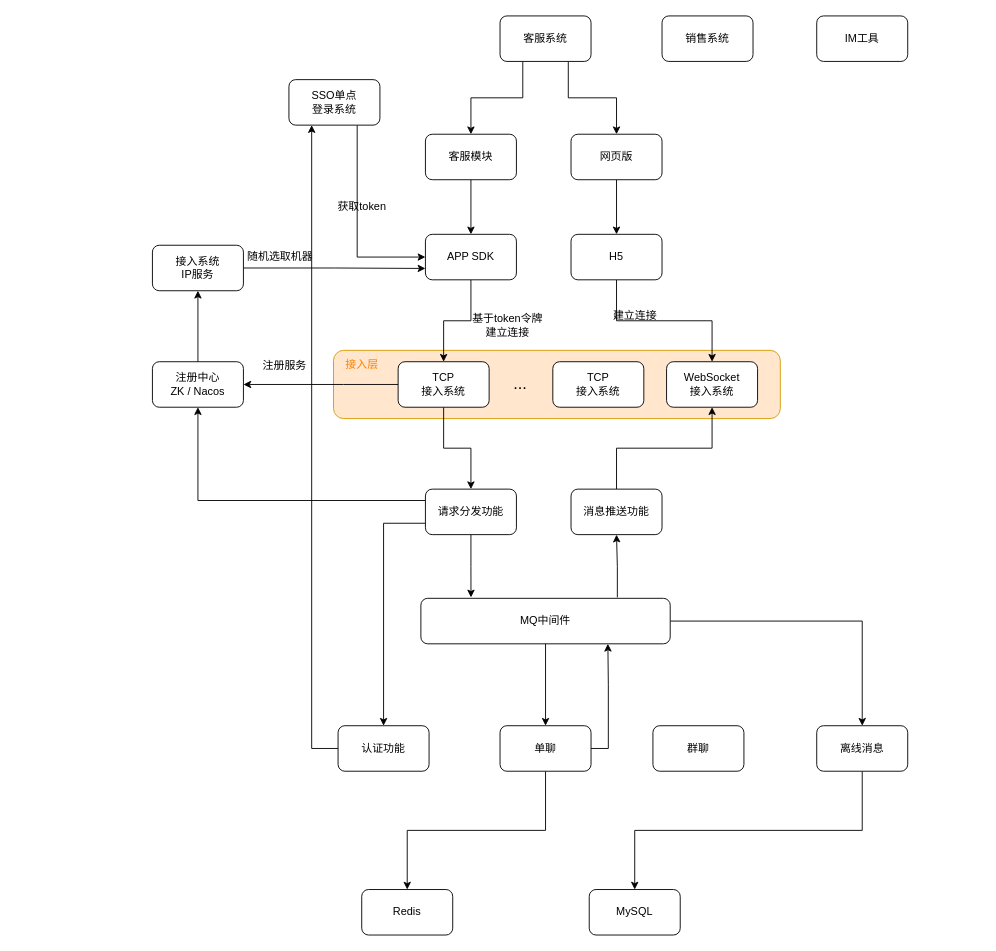
This is docs/flowchart.drawio from linkypi/my-im, a draw.io file, before an edit. Source tidied: cells renumbered, new cells numbered last; positions are measured from the earlier drawing's top-left corner, leaving out a move shared by most shapes. Both pictures are drawn from the tidied source at 91%, with x=0, y=0 at pixel (152, 15).
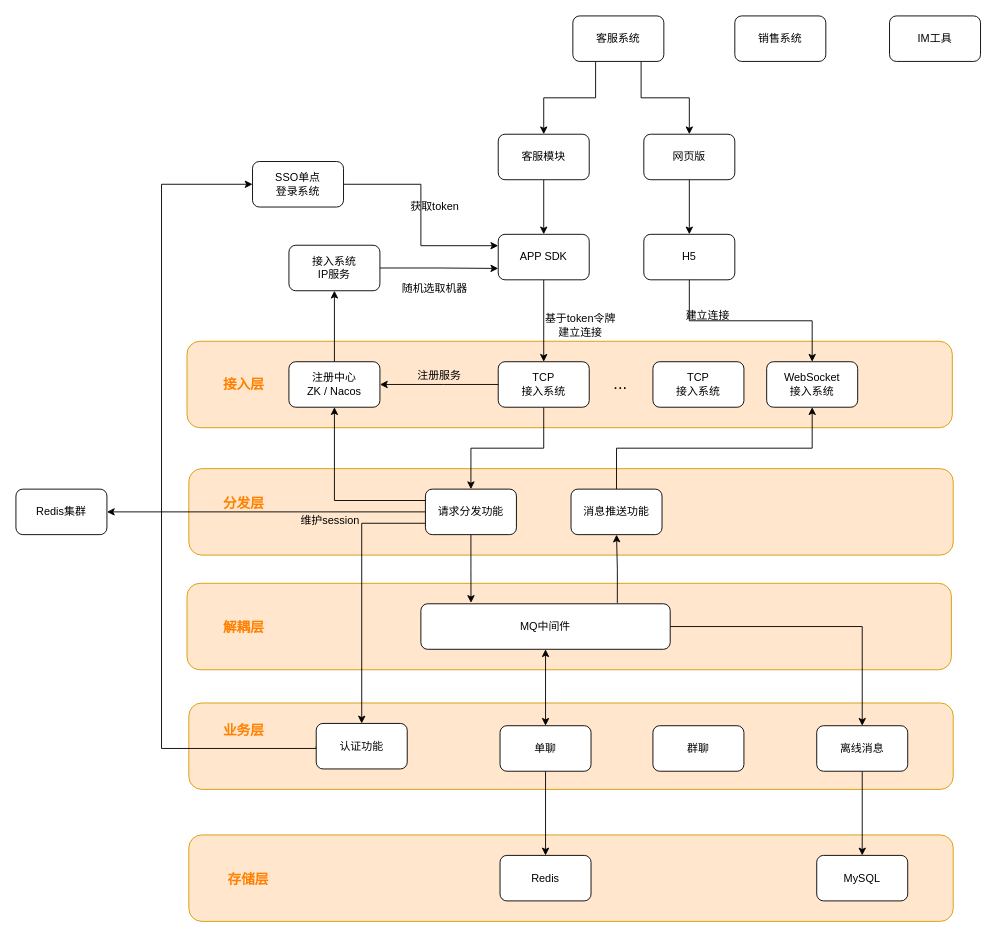
The same diagram, later.

Unchanged cells that the change refers to:
```xml
<mxCell id="10" value="请求分发功能" style="rounded=1;whiteSpace=wrap;html=1;" parent="1" vertex="1">
  <mxGeometry x="300" y="520" width="100" height="50" as="geometry" />
</mxCell>
<mxCell id="25" value="单聊" style="rounded=1;whiteSpace=wrap;html=1;" parent="1" vertex="1">
  <mxGeometry x="382" y="780" width="100" height="50" as="geometry" />
</mxCell>
```

Change to the diagram source:
```diff
@@
+    <mxCell id="54" style="rounded=1;whiteSpace=wrap;html=1;fillColor=#ffe6cc;strokeColor=#d79b00;" parent="1" vertex="1">
+      <mxGeometry x="40" y="497.5" width="840" height="95" as="geometry" />
+    </mxCell>
+    <mxCell id="55" style="rounded=1;whiteSpace=wrap;html=1;fillColor=#ffe6cc;strokeColor=#d79b00;" parent="1" vertex="1">
+      <mxGeometry x="38" y="623.5" width="840" height="95" as="geometry" />
+    </mxCell>
+    <mxCell id="56" style="rounded=1;whiteSpace=wrap;html=1;fillColor=#ffe6cc;strokeColor=#d79b00;" parent="1" vertex="1">
+      <mxGeometry x="40" y="900" width="840" height="95" as="geometry" />
+    </mxCell>
+    <mxCell id="57" style="rounded=1;whiteSpace=wrap;html=1;fillColor=#ffe6cc;strokeColor=#d79b00;" parent="1" vertex="1">
+      <mxGeometry x="40" y="755" width="840" height="95" as="geometry" />
+    </mxCell>
     <mxCell id="2" style="rounded=1;whiteSpace=wrap;html=1;fillColor=#ffe6cc;strokeColor=#d79b00;" parent="1" vertex="1">
-      <mxGeometry x="199" y="367.5" width="491" height="75" as="geometry" />
+      <mxGeometry x="38" y="357.5" width="841" height="95" as="geometry" />
     </mxCell>
@@
     <mxCell id="4" value="TCP&lt;br&gt;接入系统" style="rounded=1;whiteSpace=wrap;html=1;" parent="1" vertex="1">
-      <mxGeometry x="270" y="380" width="100" height="50" as="geometry" />
+      <mxGeometry x="380" y="380" width="100" height="50" as="geometry" />
     </mxCell>
-    <mxCell id="5" value="接入层" style="text;html=1;align=center;verticalAlign=middle;fillColor=none;fontColor=#FF8000;" parent="1" vertex="1">
-      <mxGeometry x="200" y="367.5" width="60" height="30" as="geometry" />
-    </mxCell>
     <mxCell id="6" value="WebSocket&lt;br&gt;接入系统" style="rounded=1;whiteSpace=wrap;html=1;" parent="1" vertex="1">
-      <mxGeometry x="565" y="380" width="100" height="50" as="geometry" />
+      <mxGeometry x="675" y="380" width="100" height="50" as="geometry" />
     </mxCell>
@@
+    <mxCell id="58" style="edgeStyle=orthogonalEdgeStyle;rounded=0;jettySize=auto;html=1;exitX=0;exitY=0.5;exitDx=0;exitDy=0;entryX=1;entryY=0.5;entryDx=0;entryDy=0;" parent="1" edge="1" source="10" target="59">
+      <mxGeometry relative="1" as="geometry" />
+    </mxCell>
@@
-    <mxCell id="14" style="edgeStyle=orthogonalEdgeStyle;rounded=0;jettySize=auto;html=1;exitX=0.5;exitY=1;exitDx=0;exitDy=0;entryX=0.5;entryY=0;entryDx=0;entryDy=0;" parent="1" edge="1" source="16" target="25">
+    <mxCell id="14" style="edgeStyle=orthogonalEdgeStyle;rounded=0;jettySize=auto;html=1;exitX=0.5;exitY=1;exitDx=0;exitDy=0;entryX=0.5;entryY=0;entryDx=0;entryDy=0;startArrow=classic;startFill=1;" parent="1" edge="1" source="16" target="25">
       <mxGeometry relative="1" as="geometry" />
     </mxCell>
@@
     <mxCell id="16" value="MQ中间件" style="rounded=1;whiteSpace=wrap;html=1;" parent="1" vertex="1">
-      <mxGeometry x="295" y="640" width="274" height="50" as="geometry" />
+      <mxGeometry x="295" y="646" width="274" height="50" as="geometry" />
     </mxCell>
@@
     <mxCell id="18" value="APP SDK" style="rounded=1;whiteSpace=wrap;html=1;" parent="1" vertex="1">
-      <mxGeometry x="300" y="240" width="100" height="50" as="geometry" />
+      <mxGeometry x="380" y="240" width="100" height="50" as="geometry" />
     </mxCell>
@@
     <mxCell id="20" value="H5" style="rounded=1;whiteSpace=wrap;html=1;" parent="1" vertex="1">
-      <mxGeometry x="460" y="240" width="100" height="50" as="geometry" />
+      <mxGeometry x="540" y="240" width="100" height="50" as="geometry" />
     </mxCell>
     <mxCell id="21" value="基于token令牌&lt;br&gt;建立连接" style="text;html=1;align=center;verticalAlign=middle;strokeColor=none;fillColor=none;" parent="1" vertex="1">
-      <mxGeometry x="340" y="320" width="100" height="40" as="geometry" />
+      <mxGeometry x="420" y="320" width="100" height="40" as="geometry" />
     </mxCell>
     <mxCell id="22" value="建立连接" style="text;html=1;align=center;verticalAlign=middle;strokeColor=none;fillColor=none;" parent="1" vertex="1">
-      <mxGeometry x="495" y="315" width="70" height="30" as="geometry" />
+      <mxGeometry x="575" y="315" width="70" height="30" as="geometry" />
     </mxCell>
-    <mxCell id="23" style="edgeStyle=orthogonalEdgeStyle;rounded=0;jettySize=auto;html=1;exitX=1;exitY=0.5;exitDx=0;exitDy=0;entryX=0.75;entryY=1;entryDx=0;entryDy=0;" parent="1" edge="1" source="25" target="16">
-      <mxGeometry relative="1" as="geometry">
-        <Array as="points">
-          <mxPoint x="501" y="805" />
-          <mxPoint x="501" y="735" />
-        </Array>
-      </mxGeometry>
-    </mxCell>
@@
-    <mxCell id="29" style="edgeStyle=orthogonalEdgeStyle;rounded=0;jettySize=auto;html=1;exitX=0;exitY=0.5;exitDx=0;exitDy=0;entryX=0.25;entryY=1;entryDx=0;entryDy=0;" parent="1" edge="1" source="30" target="38">
-      <mxGeometry relative="1" as="geometry" />
+    <mxCell id="29" style="edgeStyle=orthogonalEdgeStyle;rounded=0;jettySize=auto;html=1;exitX=0;exitY=0.5;exitDx=0;exitDy=0;entryX=0;entryY=0.5;entryDx=0;entryDy=0;" parent="1" edge="1" source="30" target="38">
+      <mxGeometry relative="1" as="geometry">
+        <Array as="points">
+          <mxPoint x="10" y="805" />
+          <mxPoint x="10" y="185" />
+        </Array>
+      </mxGeometry>
     </mxCell>
     <mxCell id="30" value="认证功能" style="rounded=1;whiteSpace=wrap;html=1;" parent="1" vertex="1">
-      <mxGeometry x="204" y="780" width="100" height="50" as="geometry" />
+      <mxGeometry x="180" y="777.5" width="100" height="50" as="geometry" />
     </mxCell>
     <mxCell id="31" value="Redis" style="rounded=1;whiteSpace=wrap;html=1;" parent="1" vertex="1">
-      <mxGeometry x="230" y="960" width="100" height="50" as="geometry" />
+      <mxGeometry x="382" y="922.5" width="100" height="50" as="geometry" />
     </mxCell>
     <mxCell id="32" value="MySQL" style="rounded=1;whiteSpace=wrap;html=1;" parent="1" vertex="1">
-      <mxGeometry x="480" y="960" width="100" height="50" as="geometry" />
+      <mxGeometry x="730" y="922.5" width="100" height="50" as="geometry" />
     </mxCell>
@@
     <mxCell id="34" value="客服模块" style="rounded=1;whiteSpace=wrap;html=1;" parent="1" vertex="1">
-      <mxGeometry x="300" y="130" width="100" height="50" as="geometry" />
+      <mxGeometry x="380" y="130" width="100" height="50" as="geometry" />
     </mxCell>
@@
     <mxCell id="36" value="网页版" style="rounded=1;whiteSpace=wrap;html=1;" parent="1" vertex="1">
-      <mxGeometry x="460" y="130" width="100" height="50" as="geometry" />
+      <mxGeometry x="540" y="130" width="100" height="50" as="geometry" />
     </mxCell>
-    <mxCell id="37" style="edgeStyle=orthogonalEdgeStyle;rounded=0;jettySize=auto;html=1;exitX=0.75;exitY=1;exitDx=0;exitDy=0;entryX=0;entryY=0.5;entryDx=0;entryDy=0;" parent="1" edge="1" source="38" target="18">
+    <mxCell id="37" style="edgeStyle=orthogonalEdgeStyle;rounded=0;jettySize=auto;html=1;exitX=1;exitY=0.5;exitDx=0;exitDy=0;entryX=0;entryY=0.25;entryDx=0;entryDy=0;" parent="1" edge="1" source="38" target="18">
       <mxGeometry relative="1" as="geometry" />
     </mxCell>
     <mxCell id="38" value="SSO单点&lt;br&gt;登录系统" style="rounded=1;whiteSpace=wrap;html=1;" parent="1" vertex="1">
-      <mxGeometry x="150" y="70" width="100" height="50" as="geometry" />
+      <mxGeometry x="110" y="160" width="100" height="50" as="geometry" />
     </mxCell>
     <mxCell id="39" value="获取token" style="text;html=1;align=center;verticalAlign=middle;strokeColor=none;fillColor=none;" parent="1" vertex="1">
-      <mxGeometry x="190" y="195" width="80" height="30" as="geometry" />
+      <mxGeometry x="270" y="195" width="80" height="30" as="geometry" />
     </mxCell>
@@
     <mxCell id="42" value="客服系统" style="rounded=1;whiteSpace=wrap;html=1;" parent="1" vertex="1">
-      <mxGeometry x="382" width="100" height="50" as="geometry" />
+      <mxGeometry x="462" width="100" height="50" as="geometry" />
     </mxCell>
     <mxCell id="43" value="销售系统" style="rounded=1;whiteSpace=wrap;html=1;" parent="1" vertex="1">
-      <mxGeometry x="560" width="100" height="50" as="geometry" />
+      <mxGeometry x="640" width="100" height="50" as="geometry" />
     </mxCell>
     <mxCell id="44" value="IM工具" style="rounded=1;whiteSpace=wrap;html=1;" parent="1" vertex="1">
-      <mxGeometry x="730" width="100" height="50" as="geometry" />
+      <mxGeometry x="810" width="100" height="50" as="geometry" />
     </mxCell>
@@
     <mxCell id="46" value="接入系统&lt;br&gt;IP服务" style="rounded=1;whiteSpace=wrap;html=1;" parent="1" vertex="1">
-      <mxGeometry y="252" width="100" height="50" as="geometry" />
+      <mxGeometry x="150" y="252" width="100" height="50" as="geometry" />
     </mxCell>
@@
     <mxCell id="48" value="注册中心&lt;br&gt;ZK / Nacos" style="rounded=1;whiteSpace=wrap;html=1;" parent="1" vertex="1">
-      <mxGeometry y="380" width="100" height="50" as="geometry" />
+      <mxGeometry x="150" y="380" width="100" height="50" as="geometry" />
     </mxCell>
     <mxCell id="49" value="注册服务" style="text;html=1;align=center;verticalAlign=middle;strokeColor=none;fillColor=none;" parent="1" vertex="1">
-      <mxGeometry x="110" y="370" width="70" height="30" as="geometry" />
+      <mxGeometry x="280" y="380" width="70" height="30" as="geometry" />
     </mxCell>
     <mxCell id="50" value="TCP&lt;br&gt;接入系统" style="rounded=1;whiteSpace=wrap;html=1;" parent="1" vertex="1">
-      <mxGeometry x="440" y="380" width="100" height="50" as="geometry" />
+      <mxGeometry x="550" y="380" width="100" height="50" as="geometry" />
     </mxCell>
     <mxCell id="51" value="随机选取机器" style="text;html=1;align=center;verticalAlign=middle;strokeColor=none;fillColor=none;" parent="1" vertex="1">
-      <mxGeometry x="90" y="250" width="100" height="30" as="geometry" />
+      <mxGeometry x="260" y="285" width="100" height="30" as="geometry" />
     </mxCell>
     <mxCell id="52" style="edgeStyle=orthogonalEdgeStyle;rounded=0;jettySize=auto;html=1;exitX=0;exitY=0.5;exitDx=0;exitDy=0;entryX=1;entryY=0.5;entryDx=0;entryDy=0;" parent="1" edge="1" source="4" target="48">
       <mxGeometry relative="1" as="geometry">
         <Array as="points">
-          <mxPoint x="210" y="405" />
-          <mxPoint x="210" y="405" />
+          <mxPoint x="320" y="405" />
+          <mxPoint x="320" y="405" />
         </Array>
       </mxGeometry>
     </mxCell>
     <mxCell id="53" value="..." style="text;html=1;align=center;verticalAlign=middle;strokeColor=none;fillColor=none;fontSize=18;fontColor=#000000;" parent="1" vertex="1">
-      <mxGeometry x="384" y="385" width="40" height="40" as="geometry" />
+      <mxGeometry x="494" y="385" width="40" height="40" as="geometry" />
     </mxCell>
+    <mxCell id="59" value="Redis集群" style="rounded=1;whiteSpace=wrap;html=1;" parent="1" vertex="1">
+      <mxGeometry x="-150" y="520" width="100" height="50" as="geometry" />
+    </mxCell>
+    <mxCell id="60" value="维护session" style="text;html=1;align=center;verticalAlign=middle;strokeColor=none;fillColor=none;" parent="1" vertex="1">
+      <mxGeometry x="150" y="540" width="90" height="30" as="geometry" />
+    </mxCell>
+    <mxCell id="61" value="业务层" style="text;html=1;align=center;verticalAlign=middle;fillColor=none;fontColor=#FF8000;fontStyle=1;fontSize=15;" parent="1" vertex="1">
+      <mxGeometry x="65" y="770" width="70" height="30" as="geometry" />
+    </mxCell>
+    <mxCell id="62" value="存储层" style="text;html=1;align=center;verticalAlign=middle;fillColor=none;fontColor=#FF8000;fontStyle=1;fontSize=15;" parent="1" vertex="1">
+      <mxGeometry x="70" y="932.5" width="70" height="30" as="geometry" />
+    </mxCell>
+    <mxCell id="5" value="接入层" style="text;html=1;align=center;verticalAlign=middle;fillColor=none;fontColor=#FF8000;fontStyle=1;fontSize=15;" parent="1" vertex="1">
+      <mxGeometry x="65" y="390" width="70" height="30" as="geometry" />
+    </mxCell>
+    <mxCell id="63" value="解耦层" style="text;html=1;align=center;verticalAlign=middle;fillColor=none;fontColor=#FF8000;fontStyle=1;fontSize=15;" parent="1" vertex="1">
+      <mxGeometry x="65" y="656" width="70" height="30" as="geometry" />
+    </mxCell>
+    <mxCell id="64" value="分发层" style="text;html=1;align=center;verticalAlign=middle;fillColor=none;fontColor=#FF8000;fontStyle=1;fontSize=15;" parent="1" vertex="1">
+      <mxGeometry x="65" y="520" width="70" height="30" as="geometry" />
+    </mxCell>
```
